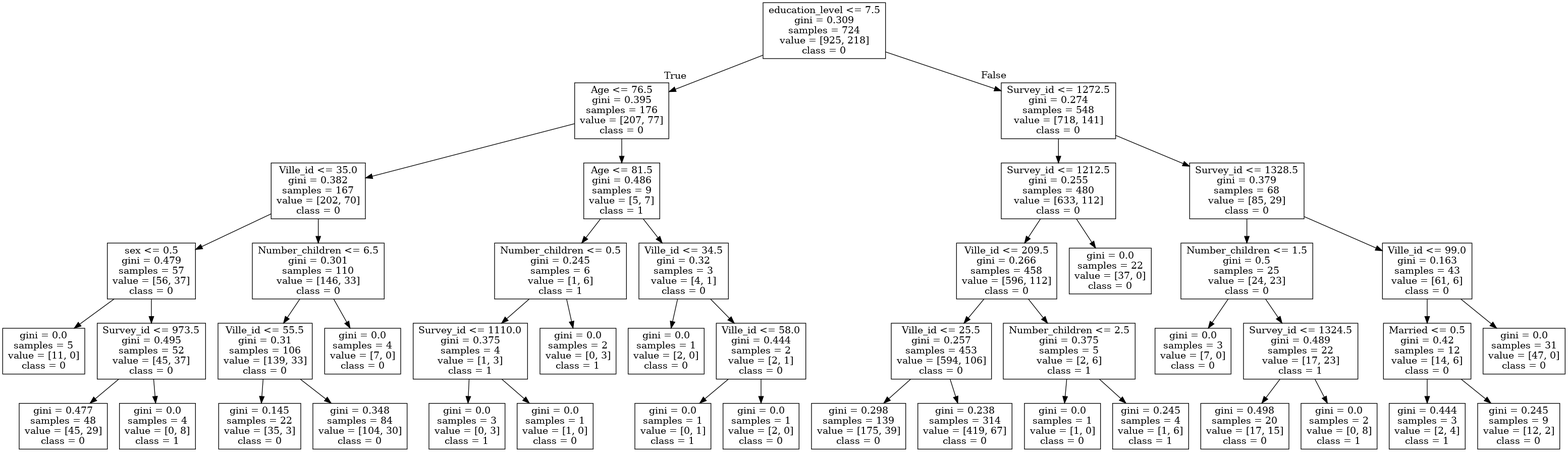
This is pngs/tree05.png from IziKodzik/Cart, a Graphviz export, as it was before one commit. Its source is kept beside it as pngs/tree05.dot.
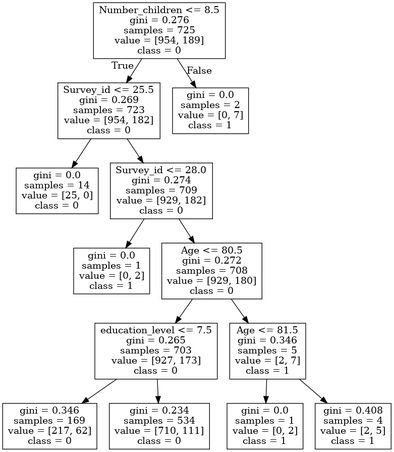
Later version of the same file.

The edit, as a diff of the source:
```diff
@@ -1,92 +1,28 @@
 digraph Tree {
 node [shape=box] ;
-0 [label="education_level <= 7.5\ngini = 0.309\nsamples = 724\nvalue = [925, 218]\nclass = 0"] ;
-1 [label="Age <= 76.5\ngini = 0.395\nsamples = 176\nvalue = [207, 77]\nclass = 0"] ;
+0 [label="Number_children <= 8.5\ngini = 0.276\nsamples = 725\nvalue = [954, 189]\nclass = 0"] ;
+1 [label="Survey_id <= 25.5\ngini = 0.269\nsamples = 723\nvalue = [954, 182]\nclass = 0"] ;
 0 -> 1 [labeldistance=2.5, labelangle=45, headlabel="True"] ;
-2 [label="Ville_id <= 35.0\ngini = 0.382\nsamples = 167\nvalue = [202, 70]\nclass = 0"] ;
+2 [label="gini = 0.0\nsamples = 14\nvalue = [25, 0]\nclass = 0"] ;
 1 -> 2 ;
-3 [label="sex <= 0.5\ngini = 0.479\nsamples = 57\nvalue = [56, 37]\nclass = 0"] ;
-2 -> 3 ;
-4 [label="gini = 0.0\nsamples = 5\nvalue = [11, 0]\nclass = 0"] ;
+3 [label="Survey_id <= 28.0\ngini = 0.274\nsamples = 709\nvalue = [929, 182]\nclass = 0"] ;
+1 -> 3 ;
+4 [label="gini = 0.0\nsamples = 1\nvalue = [0, 2]\nclass = 1"] ;
 3 -> 4 ;
-5 [label="Survey_id <= 973.5\ngini = 0.495\nsamples = 52\nvalue = [45, 37]\nclass = 0"] ;
+5 [label="Age <= 80.5\ngini = 0.272\nsamples = 708\nvalue = [929, 180]\nclass = 0"] ;
 3 -> 5 ;
-6 [label="gini = 0.477\nsamples = 48\nvalue = [45, 29]\nclass = 0"] ;
+6 [label="education_level <= 7.5\ngini = 0.265\nsamples = 703\nvalue = [927, 173]\nclass = 0"] ;
 5 -> 6 ;
-7 [label="gini = 0.0\nsamples = 4\nvalue = [0, 8]\nclass = 1"] ;
-5 -> 7 ;
-8 [label="Number_children <= 6.5\ngini = 0.301\nsamples = 110\nvalue = [146, 33]\nclass = 0"] ;
-2 -> 8 ;
-9 [label="Ville_id <= 55.5\ngini = 0.31\nsamples = 106\nvalue = [139, 33]\nclass = 0"] ;
-8 -> 9 ;
-10 [label="gini = 0.145\nsamples = 22\nvalue = [35, 3]\nclass = 0"] ;
+7 [label="gini = 0.346\nsamples = 169\nvalue = [217, 62]\nclass = 0"] ;
+6 -> 7 ;
+8 [label="gini = 0.234\nsamples = 534\nvalue = [710, 111]\nclass = 0"] ;
+6 -> 8 ;
+9 [label="Age <= 81.5\ngini = 0.346\nsamples = 5\nvalue = [2, 7]\nclass = 1"] ;
+5 -> 9 ;
+10 [label="gini = 0.0\nsamples = 1\nvalue = [0, 2]\nclass = 1"] ;
 9 -> 10 ;
-11 [label="gini = 0.348\nsamples = 84\nvalue = [104, 30]\nclass = 0"] ;
+11 [label="gini = 0.408\nsamples = 4\nvalue = [2, 5]\nclass = 1"] ;
 9 -> 11 ;
-12 [label="gini = 0.0\nsamples = 4\nvalue = [7, 0]\nclass = 0"] ;
-8 -> 12 ;
-13 [label="Age <= 81.5\ngini = 0.486\nsamples = 9\nvalue = [5, 7]\nclass = 1"] ;
-1 -> 13 ;
-14 [label="Number_children <= 0.5\ngini = 0.245\nsamples = 6\nvalue = [1, 6]\nclass = 1"] ;
-13 -> 14 ;
-15 [label="Survey_id <= 1110.0\ngini = 0.375\nsamples = 4\nvalue = [1, 3]\nclass = 1"] ;
-14 -> 15 ;
-16 [label="gini = 0.0\nsamples = 3\nvalue = [0, 3]\nclass = 1"] ;
-15 -> 16 ;
-17 [label="gini = 0.0\nsamples = 1\nvalue = [1, 0]\nclass = 0"] ;
-15 -> 17 ;
-18 [label="gini = 0.0\nsamples = 2\nvalue = [0, 3]\nclass = 1"] ;
-14 -> 18 ;
-19 [label="Ville_id <= 34.5\ngini = 0.32\nsamples = 3\nvalue = [4, 1]\nclass = 0"] ;
-13 -> 19 ;
-20 [label="gini = 0.0\nsamples = 1\nvalue = [2, 0]\nclass = 0"] ;
-19 -> 20 ;
-21 [label="Ville_id <= 58.0\ngini = 0.444\nsamples = 2\nvalue = [2, 1]\nclass = 0"] ;
-19 -> 21 ;
-22 [label="gini = 0.0\nsamples = 1\nvalue = [0, 1]\nclass = 1"] ;
-21 -> 22 ;
-23 [label="gini = 0.0\nsamples = 1\nvalue = [2, 0]\nclass = 0"] ;
-21 -> 23 ;
-24 [label="Survey_id <= 1272.5\ngini = 0.274\nsamples = 548\nvalue = [718, 141]\nclass = 0"] ;
-0 -> 24 [labeldistance=2.5, labelangle=-45, headlabel="False"] ;
-25 [label="Survey_id <= 1212.5\ngini = 0.255\nsamples = 480\nvalue = [633, 112]\nclass = 0"] ;
-24 -> 25 ;
-26 [label="Ville_id <= 209.5\ngini = 0.266\nsamples = 458\nvalue = [596, 112]\nclass = 0"] ;
-25 -> 26 ;
-27 [label="Ville_id <= 25.5\ngini = 0.257\nsamples = 453\nvalue = [594, 106]\nclass = 0"] ;
-26 -> 27 ;
-28 [label="gini = 0.298\nsamples = 139\nvalue = [175, 39]\nclass = 0"] ;
-27 -> 28 ;
-29 [label="gini = 0.238\nsamples = 314\nvalue = [419, 67]\nclass = 0"] ;
-27 -> 29 ;
-30 [label="Number_children <= 2.5\ngini = 0.375\nsamples = 5\nvalue = [2, 6]\nclass = 1"] ;
-26 -> 30 ;
-31 [label="gini = 0.0\nsamples = 1\nvalue = [1, 0]\nclass = 0"] ;
-30 -> 31 ;
-32 [label="gini = 0.245\nsamples = 4\nvalue = [1, 6]\nclass = 1"] ;
-30 -> 32 ;
-33 [label="gini = 0.0\nsamples = 22\nvalue = [37, 0]\nclass = 0"] ;
-25 -> 33 ;
-34 [label="Survey_id <= 1328.5\ngini = 0.379\nsamples = 68\nvalue = [85, 29]\nclass = 0"] ;
-24 -> 34 ;
-35 [label="Number_children <= 1.5\ngini = 0.5\nsamples = 25\nvalue = [24, 23]\nclass = 0"] ;
-34 -> 35 ;
-36 [label="gini = 0.0\nsamples = 3\nvalue = [7, 0]\nclass = 0"] ;
-35 -> 36 ;
-37 [label="Survey_id <= 1324.5\ngini = 0.489\nsamples = 22\nvalue = [17, 23]\nclass = 1"] ;
-35 -> 37 ;
-38 [label="gini = 0.498\nsamples = 20\nvalue = [17, 15]\nclass = 0"] ;
-37 -> 38 ;
-39 [label="gini = 0.0\nsamples = 2\nvalue = [0, 8]\nclass = 1"] ;
-37 -> 39 ;
-40 [label="Ville_id <= 99.0\ngini = 0.163\nsamples = 43\nvalue = [61, 6]\nclass = 0"] ;
-34 -> 40 ;
-41 [label="Married <= 0.5\ngini = 0.42\nsamples = 12\nvalue = [14, 6]\nclass = 0"] ;
-40 -> 41 ;
-42 [label="gini = 0.444\nsamples = 3\nvalue = [2, 4]\nclass = 1"] ;
-41 -> 42 ;
-43 [label="gini = 0.245\nsamples = 9\nvalue = [12, 2]\nclass = 0"] ;
-41 -> 43 ;
-44 [label="gini = 0.0\nsamples = 31\nvalue = [47, 0]\nclass = 0"] ;
-40 -> 44 ;
+12 [label="gini = 0.0\nsamples = 2\nvalue = [0, 7]\nclass = 1"] ;
+0 -> 12 [labeldistance=2.5, labelangle=-45, headlabel="False"] ;
 }
```
